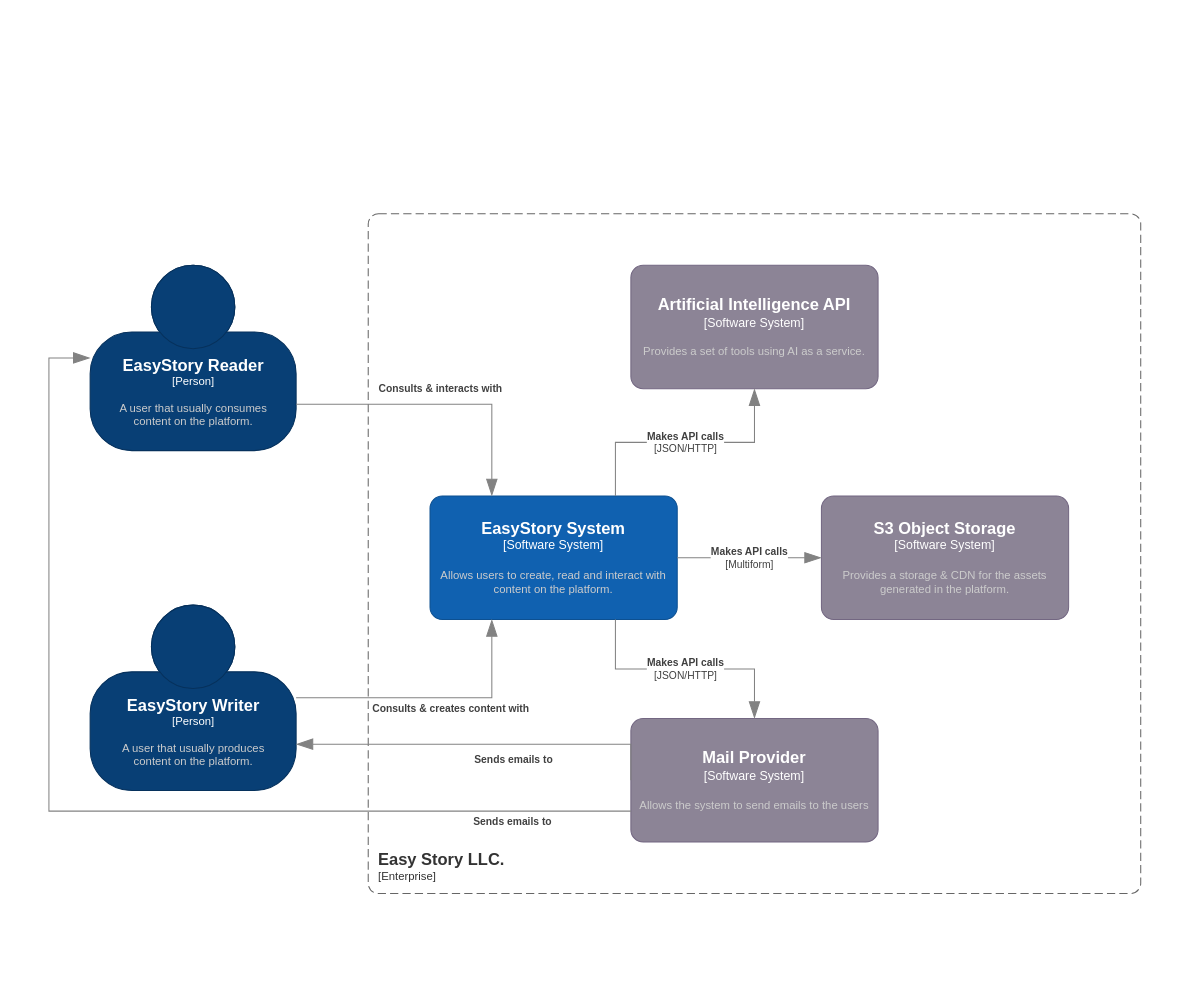
This is page "System Landscape" (1 of 4) of software-architecture/Innova Solutions Software Architechture.drawio from Innova-Solutions-UPC/.github, a draw.io file, before an edit. Source tidied: cells renumbered, new cells numbered last; positions are measured from the earlier drawing's top-left corner, leaving out a move shared by most shapes. Both pictures are drawn from the tidied source at 103%, with x=0, y=0 at pixel (48, 213).
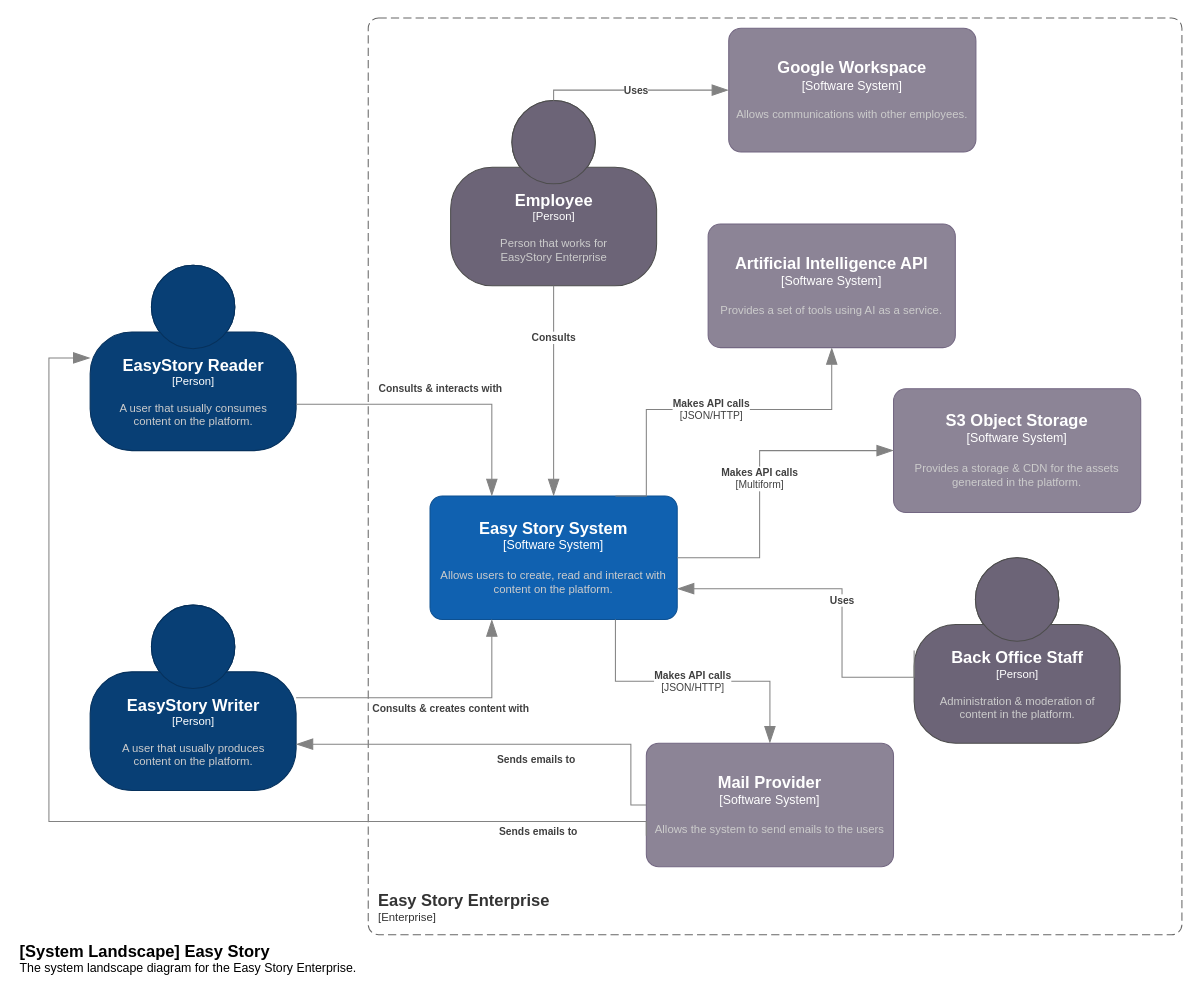
The same page after the edit.

Unchanged cells that the change refers to:
```xml
<object id="3" label="&lt;font style=&quot;font-size: 16px&quot;&gt;&lt;b&gt;%c4Name%&lt;/b&gt;&lt;/font&gt;&lt;div&gt;[%c4Type%]&lt;/div&gt;&lt;br&gt;&lt;div&gt;&lt;font style=&quot;font-size: 11px&quot;&gt;&lt;font color=&quot;#cccccc&quot;&gt;%c4Description%&lt;/font&gt;&lt;/div&gt;" c4Description="A user that usually consumes&#10;content on the platform." c4Name="EasyStory Reader" c4Type="Person" placeholders="1">
  <mxCell style="html=1;fontSize=11;dashed=0;whitespace=wrap;fillColor=#083F75;strokeColor=#06315C;fontColor=#ffffff;shape=mxgraph.c4.person2;align=center;points=[[0.5,0,0],[1,0.5,0],[1,0.75,0],[0.75,1,0],[0.5,1,0],[0.25,1,0],[0,0.75,0],[0,0.5,0]];" parent="1" vertex="1">
    <mxGeometry x="40" y="50" width="200" height="180" as="geometry" />
  </mxCell>
</object>
<object id="4" label="&lt;font style=&quot;font-size: 16px&quot;&gt;&lt;b&gt;%c4Name%&lt;/b&gt;&lt;/font&gt;&lt;div&gt;[%c4Type%]&lt;/div&gt;&lt;br&gt;&lt;div&gt;&lt;font style=&quot;font-size: 11px&quot;&gt;&lt;font color=&quot;#cccccc&quot;&gt;%c4Description%&lt;/font&gt;&lt;/div&gt;" c4Description="A user that usually produces&#10;content on the platform." c4Name="EasyStory Writer" c4Type="Person" placeholders="1">
  <mxCell style="html=1;fontSize=11;dashed=0;whitespace=wrap;fillColor=#083F75;strokeColor=#06315C;fontColor=#ffffff;shape=mxgraph.c4.person2;align=center;points=[[0.5,0,0],[1,0.5,0],[1,0.75,0],[0.75,1,0],[0.5,1,0],[0.25,1,0],[0,0.75,0],[0,0.5,0]];" parent="1" vertex="1">
    <mxGeometry x="40" y="380" width="200" height="180" as="geometry" />
  </mxCell>
</object>
```

Diff of the diagram source:
```diff
@@
-    <object id="2" label="&lt;font style=&quot;font-size: 16px&quot;&gt;&lt;b&gt;&lt;div style=&quot;text-align: left&quot;&gt;%c4Name%&lt;/div&gt;&lt;/b&gt;&lt;/font&gt;&lt;div style=&quot;text-align: left&quot;&gt;[%c4Application%]&lt;/div&gt;" c4Application="Enterprise" c4Name="Easy Story LLC." placeholders="1">
+    <object id="2" label="&lt;font style=&quot;font-size: 16px&quot;&gt;&lt;b&gt;&lt;div style=&quot;text-align: left&quot;&gt;%c4Name%&lt;/div&gt;&lt;/b&gt;&lt;/font&gt;&lt;div style=&quot;text-align: left&quot;&gt;[%c4Application%]&lt;/div&gt;" c4Application="Enterprise" c4Name="Easy Story Enterprise" placeholders="1">
       <mxCell style="rounded=1;fontSize=11;whiteSpace=wrap;html=1;dashed=1;arcSize=20;fillColor=none;strokeColor=#666666;fontColor=#333333;labelBackgroundColor=none;align=left;verticalAlign=bottom;labelBorderColor=none;spacingTop=0;spacing=10;dashPattern=8 4;perimeter=rectanglePerimeter;noLabel=0;labelPadding=0;absoluteArcSize=1;" parent="1" vertex="1">
-        <mxGeometry x="310" width="750" height="660" as="geometry" />
+        <mxGeometry x="310" y="-190" width="790" height="890" as="geometry" />
       </mxCell>
     </object>
@@
-    <object id="5" label="&lt;font style=&quot;font-size: 16px&quot;&gt;&lt;b&gt;%c4Name%&lt;/b&gt;&lt;/font&gt;&lt;div&gt;[%c4Type%]&lt;/div&gt;&lt;br&gt;&lt;div&gt;&lt;font style=&quot;font-size: 11px&quot;&gt;&lt;font color=&quot;#cccccc&quot;&gt;%c4Description%&lt;/font&gt;&lt;/div&gt;" c4Description="Allows users to create, read and interact with content on the platform." c4Name="EasyStory System" c4Type="Software System" placeholders="1">
+    <object id="5" label="&lt;font style=&quot;font-size: 16px&quot;&gt;&lt;b&gt;%c4Name%&lt;/b&gt;&lt;/font&gt;&lt;div&gt;[%c4Type%]&lt;/div&gt;&lt;br&gt;&lt;div&gt;&lt;font style=&quot;font-size: 11px&quot;&gt;&lt;font color=&quot;#cccccc&quot;&gt;%c4Description%&lt;/font&gt;&lt;/div&gt;" c4Description="Allows users to create, read and interact with content on the platform." c4Name="Easy Story System" c4Type="Software System" placeholders="1">
       <mxCell style="rounded=1;whiteSpace=wrap;html=1;labelBackgroundColor=none;fillColor=#1061B0;fontColor=#ffffff;align=center;arcSize=10;strokeColor=#0D5091;points=[[0.25,0,0],[0.5,0,0],[0.75,0,0],[1,0.25,0],[1,0.5,0],[1,0.75,0],[0.75,1,0],[0.5,1,0],[0.25,1,0],[0,0.75,0],[0,0.5,0],[0,0.25,0]];" parent="1" vertex="1">
         <mxGeometry x="370" y="274" width="240" height="120" as="geometry" />
       </mxCell>
     </object>
@@
     <object id="8" label="&lt;font style=&quot;font-size: 16px&quot;&gt;&lt;b&gt;%c4Name%&lt;/b&gt;&lt;/font&gt;&lt;div&gt;[%c4Type%]&lt;/div&gt;&lt;br&gt;&lt;div&gt;&lt;font style=&quot;font-size: 11px&quot;&gt;&lt;font color=&quot;#cccccc&quot;&gt;%c4Description%&lt;/font&gt;&lt;/div&gt;" c4Description="Allows the system to send emails to the users" c4Name="Mail Provider" c4Type="Software System" placeholders="1">
       <mxCell style="rounded=1;whiteSpace=wrap;html=1;labelBackgroundColor=none;fillColor=#8C8496;fontColor=#ffffff;align=center;arcSize=10;strokeColor=#736782;points=[[0.25,0,0],[0.5,0,0],[0.75,0,0],[1,0.25,0],[1,0.5,0],[1,0.75,0],[0.75,1,0],[0.5,1,0],[0.25,1,0],[0,0.75,0],[0,0.5,0],[0,0.25,0]];" parent="1" vertex="1">
-        <mxGeometry x="565" y="490" width="240" height="120" as="geometry" />
+        <mxGeometry x="580" y="514" width="240" height="120" as="geometry" />
       </mxCell>
     </object>
     <object id="9" label="&lt;font style=&quot;font-size: 16px&quot;&gt;&lt;b&gt;%c4Name%&lt;/b&gt;&lt;/font&gt;&lt;div&gt;[%c4Type%]&lt;/div&gt;&lt;br&gt;&lt;div&gt;&lt;font style=&quot;font-size: 11px&quot;&gt;&lt;font color=&quot;#cccccc&quot;&gt;%c4Description%&lt;/font&gt;&lt;/div&gt;" c4Description="Provides a storage &amp; CDN for the assets generated in the platform." c4Name="S3 Object Storage" c4Type="Software System" placeholders="1">
       <mxCell style="rounded=1;whiteSpace=wrap;html=1;labelBackgroundColor=none;fillColor=#8C8496;fontColor=#ffffff;align=center;arcSize=10;strokeColor=#736782;points=[[0.25,0,0],[0.5,0,0],[0.75,0,0],[1,0.25,0],[1,0.5,0],[1,0.75,0],[0.75,1,0],[0.5,1,0],[0.25,1,0],[0,0.75,0],[0,0.5,0],[0,0.25,0]];" parent="1" vertex="1">
-        <mxGeometry x="750" y="274" width="240" height="120" as="geometry" />
+        <mxGeometry x="820" y="170" width="240" height="120" as="geometry" />
       </mxCell>
     </object>
     <object id="10" label="&lt;font style=&quot;font-size: 16px&quot;&gt;&lt;b&gt;%c4Name%&lt;/b&gt;&lt;/font&gt;&lt;div&gt;[%c4Type%]&lt;/div&gt;&lt;br&gt;&lt;div&gt;&lt;font style=&quot;font-size: 11px&quot;&gt;&lt;font color=&quot;#cccccc&quot;&gt;%c4Description%&lt;/font&gt;&lt;/div&gt;" c4Description="Provides a set of tools using AI as a service." c4Name="Artificial Intelligence API" c4Type="Software System" placeholders="1">
       <mxCell style="rounded=1;whiteSpace=wrap;html=1;labelBackgroundColor=none;fillColor=#8C8496;fontColor=#ffffff;align=center;arcSize=10;strokeColor=#736782;points=[[0.25,0,0],[0.5,0,0],[0.75,0,0],[1,0.25,0],[1,0.5,0],[1,0.75,0],[0.75,1,0],[0.5,1,0],[0.25,1,0],[0,0.75,0],[0,0.5,0],[0,0.25,0]];" parent="1" vertex="1">
-        <mxGeometry x="565" y="50" width="240" height="120" as="geometry" />
+        <mxGeometry x="640" y="10" width="240" height="120" as="geometry" />
       </mxCell>
     </object>
     <object id="11" label="&lt;div style=&quot;text-align: left&quot;&gt;&lt;div style=&quot;text-align: center&quot;&gt;&lt;b&gt;%c4Description%&lt;/b&gt;&lt;/div&gt;&lt;div style=&quot;text-align: center&quot;&gt;[%c4Technology%]&lt;/div&gt;&lt;/div&gt;" c4Description="Makes API calls" c4Technology="JSON/HTTP" placeholders="1">
       <mxCell style="endArrow=blockThin;html=1;fontSize=10;fontColor=#404040;strokeWidth=1;endFill=1;strokeColor=#828282;elbow=vertical;endSize=14;startSize=14;jumpStyle=arc;jumpSize=16;rounded=0;edgeStyle=orthogonalEdgeStyle;exitX=0.75;exitY=0;exitDx=0;exitDy=0;exitPerimeter=0;entryX=0.5;entryY=1;entryDx=0;entryDy=0;entryPerimeter=0;" parent="1" edge="1" source="5" target="10">
-        <mxGeometry relative="1" as="geometry" />
+        <mxGeometry relative="1" as="geometry">
+          <Array as="points">
+            <mxPoint x="580" y="274" />
+            <mxPoint x="580" y="190" />
+            <mxPoint x="760" y="190" />
+          </Array>
+        </mxGeometry>
       </mxCell>
     </object>
@@
     <object id="13" label="&lt;div style=&quot;text-align: left&quot;&gt;&lt;div style=&quot;text-align: center&quot;&gt;&lt;b&gt;%c4Description%&lt;/b&gt;&lt;/div&gt;&lt;div style=&quot;text-align: center&quot;&gt;[%c4Technology%]&lt;/div&gt;&lt;/div&gt;" c4Description="Makes API calls" c4Technology="Multiform" placeholders="1">
       <mxCell style="endArrow=blockThin;html=1;fontSize=10;fontColor=#404040;strokeWidth=1;endFill=1;strokeColor=#828282;elbow=vertical;endSize=14;startSize=14;jumpStyle=arc;jumpSize=16;rounded=0;edgeStyle=orthogonalEdgeStyle;exitX=1;exitY=0.5;exitDx=0;exitDy=0;exitPerimeter=0;entryX=0;entryY=0.5;entryDx=0;entryDy=0;entryPerimeter=0;" parent="1" edge="1" source="5" target="9">
-        <mxGeometry relative="1" as="geometry" />
+        <mxGeometry relative="1" as="geometry">
+          <Array as="points">
+            <mxPoint x="690" y="334" />
+            <mxPoint x="690" y="230" />
+          </Array>
+        </mxGeometry>
       </mxCell>
     </object>
     <object id="14" label="&lt;div style=&quot;text-align: left&quot;&gt;&lt;div style=&quot;text-align: center&quot;&gt;&lt;b&gt;%c4Description%&lt;/b&gt;&lt;/div&gt;" c4Description="Sends emails to" placeholders="1">
-      <mxCell style="endArrow=blockThin;html=1;fontSize=10;fontColor=#404040;strokeWidth=1;endFill=1;strokeColor=#828282;elbow=vertical;endSize=14;startSize=14;jumpStyle=arc;jumpSize=16;rounded=0;edgeStyle=orthogonalEdgeStyle;exitX=0;exitY=0.5;exitDx=0;exitDy=0;exitPerimeter=0;entryX=1;entryY=0.75;entryDx=0;entryDy=0;entryPerimeter=0;" parent="1" edge="1" source="8" target="4">
+      <mxCell style="endArrow=blockThin;html=1;fontSize=10;fontColor=#404040;strokeWidth=1;endFill=1;strokeColor=#828282;elbow=vertical;endSize=14;startSize=14;jumpStyle=arc;jumpSize=16;rounded=0;edgeStyle=orthogonalEdgeStyle;exitX=0;exitY=0.5;exitDx=0;exitDy=0;exitPerimeter=0;" parent="1" edge="1" source="8">
         <mxGeometry x="-0.17" y="15" relative="1" as="geometry">
+          <mxPoint x="240" y="515" as="targetPoint" />
           <Array as="points">
             <mxPoint x="565" y="515" />
           </Array>
         </mxGeometry>
       </mxCell>
     </object>
     <object id="15" label="&lt;div style=&quot;text-align: left&quot;&gt;&lt;div style=&quot;text-align: center&quot;&gt;&lt;b&gt;%c4Description%&lt;/b&gt;&lt;/div&gt;" c4Description="Sends emails to" placeholders="1">
       <mxCell style="endArrow=blockThin;html=1;fontSize=10;fontColor=#404040;strokeWidth=1;endFill=1;strokeColor=#828282;elbow=vertical;endSize=14;startSize=14;jumpStyle=arc;jumpSize=16;rounded=0;edgeStyle=orthogonalEdgeStyle;exitX=0;exitY=0.75;exitDx=0;exitDy=0;exitPerimeter=0;entryX=0;entryY=0.5;entryDx=0;entryDy=0;entryPerimeter=0;" parent="1" edge="1" source="8" target="3">
         <mxGeometry x="-0.78" y="10" relative="1" as="geometry">
           <Array as="points">
-            <mxPoint y="580" />
+            <mxPoint y="590" />
             <mxPoint y="140" />
           </Array>
         </mxGeometry>
       </mxCell>
     </object>
+    <object id="16" label="&lt;font style=&quot;font-size: 16px&quot;&gt;&lt;b&gt;%c4Name%&lt;/b&gt;&lt;/font&gt;&lt;div&gt;[%c4Type%]&lt;/div&gt;&lt;br&gt;&lt;div&gt;&lt;font style=&quot;font-size: 11px&quot;&gt;&lt;font color=&quot;#cccccc&quot;&gt;%c4Description%&lt;/font&gt;&lt;/div&gt;" c4Description="Administration &amp; moderation of &#10;content in the platform." c4Name="Back Office Staff" c4Type="Person" placeholders="1">
+      <mxCell style="html=1;fontSize=11;dashed=0;whitespace=wrap;fillColor=#6C6477;strokeColor=#4D4D4D;fontColor=#ffffff;shape=mxgraph.c4.person2;align=center;points=[[0.5,0,0],[1,0.5,0],[1,0.75,0],[0.75,1,0],[0.5,1,0],[0.25,1,0],[0,0.75,0],[0,0.5,0]];" parent="1" vertex="1">
+        <mxGeometry x="840" y="334" width="200" height="180" as="geometry" />
+      </mxCell>
+    </object>
+    <object id="17" label="&lt;div style=&quot;text-align: left&quot;&gt;&lt;div style=&quot;text-align: center&quot;&gt;&lt;b&gt;%c4Description%&lt;/b&gt;&lt;/div&gt;" c4Description="Uses" placeholders="1">
+      <mxCell style="endArrow=blockThin;html=1;fontSize=10;fontColor=#404040;strokeWidth=1;endFill=1;strokeColor=#828282;elbow=vertical;endSize=14;startSize=14;jumpStyle=arc;jumpSize=16;rounded=0;edgeStyle=orthogonalEdgeStyle;exitX=0;exitY=0.5;exitDx=0;exitDy=0;exitPerimeter=0;entryX=1;entryY=0.75;entryDx=0;entryDy=0;entryPerimeter=0;" parent="1" edge="1" source="16" target="5">
+        <mxGeometry relative="1" as="geometry">
+          <Array as="points">
+            <mxPoint x="770" y="450" />
+            <mxPoint x="770" y="364" />
+          </Array>
+        </mxGeometry>
+      </mxCell>
+    </object>
+    <object id="18" label="&lt;font style=&quot;font-size: 16px&quot;&gt;&lt;b&gt;%c4Name%&lt;/b&gt;&lt;/font&gt;&lt;div&gt;[%c4Type%]&lt;/div&gt;&lt;br&gt;&lt;div&gt;&lt;font style=&quot;font-size: 11px&quot;&gt;&lt;font color=&quot;#cccccc&quot;&gt;%c4Description%&lt;/font&gt;&lt;/div&gt;" c4Description="Allows communications with other employees." c4Name="Google Workspace" c4Type="Software System" placeholders="1">
+      <mxCell style="rounded=1;whiteSpace=wrap;html=1;labelBackgroundColor=none;fillColor=#8C8496;fontColor=#ffffff;align=center;arcSize=10;strokeColor=#736782;points=[[0.25,0,0],[0.5,0,0],[0.75,0,0],[1,0.25,0],[1,0.5,0],[1,0.75,0],[0.75,1,0],[0.5,1,0],[0.25,1,0],[0,0.75,0],[0,0.5,0],[0,0.25,0]];" parent="1" vertex="1">
+        <mxGeometry x="660" y="-180" width="240" height="120" as="geometry" />
+      </mxCell>
+    </object>
+    <object id="19" label="&lt;font style=&quot;font-size: 16px&quot;&gt;&lt;b&gt;%c4Name%&lt;/b&gt;&lt;/font&gt;&lt;div&gt;[%c4Type%]&lt;/div&gt;&lt;br&gt;&lt;div&gt;&lt;font style=&quot;font-size: 11px&quot;&gt;&lt;font color=&quot;#cccccc&quot;&gt;%c4Description%&lt;/font&gt;&lt;/div&gt;" c4Description="Person that works for&#10;EasyStory Enterprise" c4Name="Employee" c4Type="Person" placeholders="1">
+      <mxCell style="html=1;fontSize=11;dashed=0;whitespace=wrap;fillColor=#6C6477;strokeColor=#4D4D4D;fontColor=#ffffff;shape=mxgraph.c4.person2;align=center;points=[[0.5,0,0],[1,0.5,0],[1,0.75,0],[0.75,1,0],[0.5,1,0],[0.25,1,0],[0,0.75,0],[0,0.5,0]];" parent="1" vertex="1">
+        <mxGeometry x="390" y="-110" width="200" height="180" as="geometry" />
+      </mxCell>
+    </object>
+    <object id="20" label="&lt;div style=&quot;text-align: left&quot;&gt;&lt;div style=&quot;text-align: center&quot;&gt;&lt;b&gt;%c4Description%&lt;/b&gt;&lt;/div&gt;" c4Description="Consults" placeholders="1">
+      <mxCell style="endArrow=blockThin;html=1;fontSize=10;fontColor=#404040;strokeWidth=1;endFill=1;strokeColor=#828282;elbow=vertical;endSize=14;startSize=14;jumpStyle=arc;jumpSize=16;rounded=0;edgeStyle=orthogonalEdgeStyle;exitX=0.5;exitY=1;exitDx=0;exitDy=0;exitPerimeter=0;entryX=0.5;entryY=0;entryDx=0;entryDy=0;entryPerimeter=0;" parent="1" edge="1" source="19" target="5">
+        <mxGeometry x="-0.51" relative="1" as="geometry" />
+      </mxCell>
+    </object>
+    <object id="21" label="&lt;div style=&quot;text-align: left&quot;&gt;&lt;div style=&quot;text-align: center&quot;&gt;&lt;b&gt;%c4Description%&lt;/b&gt;&lt;/div&gt;" c4Description="Uses" placeholders="1">
+      <mxCell style="endArrow=blockThin;html=1;fontSize=10;fontColor=#404040;strokeWidth=1;endFill=1;strokeColor=#828282;elbow=vertical;endSize=14;startSize=14;jumpStyle=arc;jumpSize=16;rounded=0;edgeStyle=orthogonalEdgeStyle;entryX=0;entryY=0.5;entryDx=0;entryDy=0;entryPerimeter=0;exitX=0.5;exitY=0;exitDx=0;exitDy=0;exitPerimeter=0;" parent="1" edge="1" source="19" target="18">
+        <mxGeometry relative="1" as="geometry" />
+      </mxCell>
+    </object>
+    <object id="22" label="&lt;font style=&quot;font-size: 16px&quot;&gt;&lt;b&gt;&lt;div style=&quot;text-align: left&quot;&gt;%c4Name%&lt;/div&gt;&lt;/b&gt;&lt;/font&gt;&lt;div style=&quot;text-align: left&quot;&gt;%c4Description%&lt;/div&gt;" c4Description="The system landscape diagram for the Easy Story Enterprise." c4Name="[System Landscape] Easy Story" placeholders="1">
+      <mxCell style="text;html=1;strokeColor=none;fillColor=none;align=left;verticalAlign=top;whiteSpace=wrap;rounded=0;" parent="1" vertex="1">
+        <mxGeometry x="-30" y="700" width="330" height="40" as="geometry" />
+      </mxCell>
+    </object>
```
